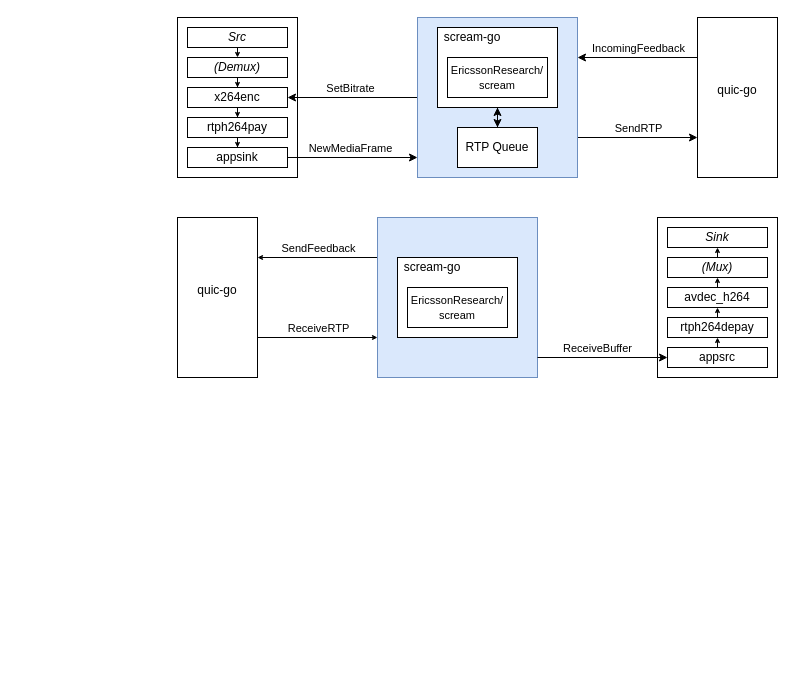
This is doc/architecture.drawio from mengelbart/cgo-streamer, a draw.io file, before an edit. Source tidied: cells renumbered, new cells numbered last; positions are measured from the earlier drawing's top-left corner, leaving out a move shared by most shapes. Both pictures are drawn from the tidied source at 100%, with x=0, y=0 at pixel (177, 17).
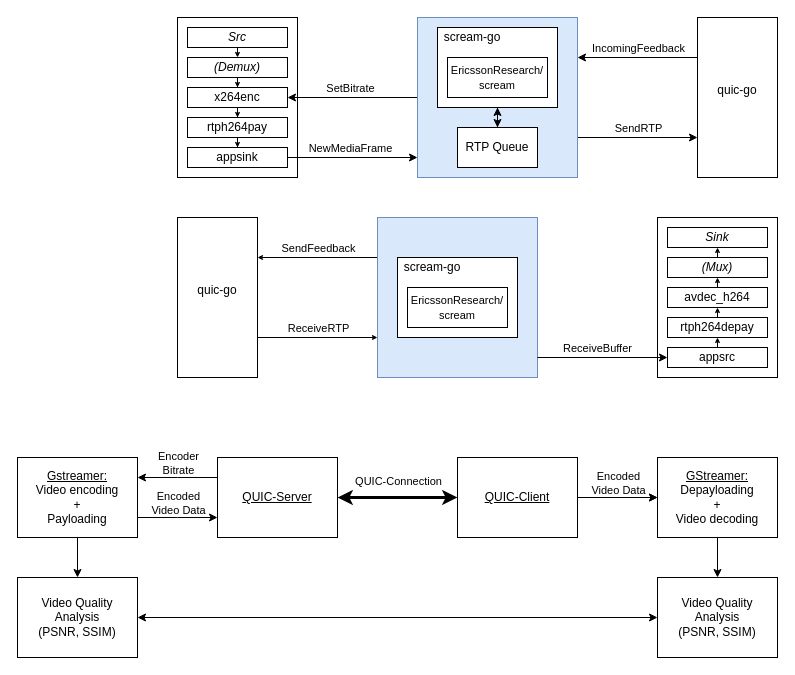
The same page after the edit.

Commit message (it also covers changes not shown here):
Add second diagram

Change to the diagram source:
```diff
@@
+    <mxCell id="48" style="edgeStyle=orthogonalEdgeStyle;rounded=0;jettySize=auto;html=1;startArrow=none;startFill=0;" parent="1" edge="1" source="51" target="56">
+      <mxGeometry relative="1" as="geometry">
+        <Array as="points">
+          <mxPoint y="500" />
+          <mxPoint y="500" />
+        </Array>
+      </mxGeometry>
+    </mxCell>
+    <mxCell id="49" value="&lt;div&gt;Encoded&lt;/div&gt;&lt;div&gt;Video Data&lt;/div&gt;" style="edgeLabel;html=1;align=center;verticalAlign=middle;" parent="48" vertex="1">
+      <mxGeometry y="-11" relative="1" as="geometry">
+        <mxPoint y="-26" as="offset" />
+      </mxGeometry>
+    </mxCell>
+    <mxCell id="50" style="edgeStyle=orthogonalEdgeStyle;rounded=0;jettySize=auto;html=1;entryX=0.5;entryY=0;entryDx=0;entryDy=0;startArrow=none;startFill=0;strokeWidth=1;" parent="1" edge="1" source="51" target="63">
+      <mxGeometry relative="1" as="geometry" />
+    </mxCell>
+    <mxCell id="51" value="&lt;div&gt;&lt;u&gt;Gstreamer:&lt;/u&gt;&lt;/div&gt;&lt;div&gt;Video encoding&lt;/div&gt;&lt;div&gt;+&lt;/div&gt;&lt;div&gt;Payloading&lt;br&gt;&lt;/div&gt;" style="rounded=0;whiteSpace=wrap;html=1;" parent="1" vertex="1">
+      <mxGeometry x="-160" y="440" width="120" height="80" as="geometry" />
+    </mxCell>
+    <mxCell id="52" style="edgeStyle=orthogonalEdgeStyle;rounded=0;jettySize=auto;html=1;startArrow=none;startFill=0;" parent="1" edge="1" source="56" target="51">
+      <mxGeometry relative="1" as="geometry">
+        <Array as="points">
+          <mxPoint y="460" />
+          <mxPoint y="460" />
+        </Array>
+      </mxGeometry>
+    </mxCell>
+    <mxCell id="53" value="&lt;div&gt;Encoder&lt;/div&gt;&lt;div&gt;Bitrate&lt;/div&gt;" style="edgeLabel;html=1;align=center;verticalAlign=middle;" parent="52" vertex="1">
+      <mxGeometry y="14" relative="1" as="geometry">
+        <mxPoint y="-29" as="offset" />
+      </mxGeometry>
+    </mxCell>
+    <mxCell id="54" style="edgeStyle=orthogonalEdgeStyle;rounded=0;jettySize=auto;html=1;startArrow=classic;startFill=1;strokeWidth=3;" parent="1" edge="1" source="56" target="60">
+      <mxGeometry relative="1" as="geometry" />
+    </mxCell>
+    <mxCell id="55" value="QUIC-Connection" style="edgeLabel;html=1;align=center;verticalAlign=middle;" parent="54" vertex="1">
+      <mxGeometry x="-0.2" y="2" relative="1" as="geometry">
+        <mxPoint x="12.5" y="-15" as="offset" />
+      </mxGeometry>
+    </mxCell>
+    <mxCell id="56" value="&lt;div&gt;&lt;u&gt;QUIC-Server&lt;/u&gt;&lt;/div&gt;" style="rounded=0;whiteSpace=wrap;html=1;" parent="1" vertex="1">
+      <mxGeometry x="40" y="440" width="120" height="80" as="geometry" />
+    </mxCell>
+    <mxCell id="57" style="edgeStyle=orthogonalEdgeStyle;rounded=0;jettySize=auto;html=1;startArrow=none;startFill=0;" parent="1" edge="1" source="60" target="62">
+      <mxGeometry relative="1" as="geometry" />
+    </mxCell>
+    <mxCell id="58" value="&lt;div&gt;Encoded&lt;/div&gt;&lt;div&gt;Video Data&lt;/div&gt;" style="edgeLabel;html=1;align=center;verticalAlign=middle;" parent="57" vertex="1">
+      <mxGeometry x="-0.77" y="-3" relative="1" as="geometry">
+        <mxPoint x="31" y="-18" as="offset" />
+      </mxGeometry>
+    </mxCell>
+    <mxCell id="59" style="edgeStyle=orthogonalEdgeStyle;rounded=0;jettySize=auto;html=1;startArrow=none;startFill=0;" parent="1" edge="1" source="60" target="62">
+      <mxGeometry relative="1" as="geometry" />
+    </mxCell>
+    <mxCell id="60" value="&lt;u&gt;QUIC-Client&lt;/u&gt;" style="rounded=0;whiteSpace=wrap;html=1;" parent="1" vertex="1">
+      <mxGeometry x="280" y="440" width="120" height="80" as="geometry" />
+    </mxCell>
+    <mxCell id="61" style="edgeStyle=orthogonalEdgeStyle;rounded=0;jettySize=auto;html=1;startArrow=none;startFill=0;strokeWidth=1;" parent="1" edge="1" source="62" target="65">
+      <mxGeometry relative="1" as="geometry" />
+    </mxCell>
+    <mxCell id="62" value="&lt;div&gt;&lt;u&gt;GStreamer:&lt;/u&gt;&lt;/div&gt;&lt;div&gt;Depayloading&lt;/div&gt;&lt;div&gt;+&lt;/div&gt;&lt;div&gt;Video decoding&lt;br&gt;&lt;/div&gt;" style="rounded=0;whiteSpace=wrap;html=1;" parent="1" vertex="1">
+      <mxGeometry x="480" y="440" width="120" height="80" as="geometry" />
+    </mxCell>
+    <mxCell id="63" value="&lt;div&gt;Video Quality Analysis&lt;/div&gt;&lt;div&gt;(PSNR, SSIM)&lt;br&gt;&lt;/div&gt;" style="rounded=0;whiteSpace=wrap;html=1;" parent="1" vertex="1">
+      <mxGeometry x="-160" y="560" width="120" height="80" as="geometry" />
+    </mxCell>
+    <mxCell id="64" style="edgeStyle=orthogonalEdgeStyle;rounded=0;jettySize=auto;html=1;startArrow=classic;startFill=1;" parent="1" edge="1" source="65" target="63">
+      <mxGeometry relative="1" as="geometry" />
+    </mxCell>
+    <mxCell id="65" value="&lt;div&gt;Video Quality Analysis&lt;/div&gt;&lt;div&gt;(PSNR, SSIM)&lt;br&gt;&lt;/div&gt;" style="rounded=0;whiteSpace=wrap;html=1;" parent="1" vertex="1">
+      <mxGeometry x="480" y="560" width="120" height="80" as="geometry" />
+    </mxCell>
```
